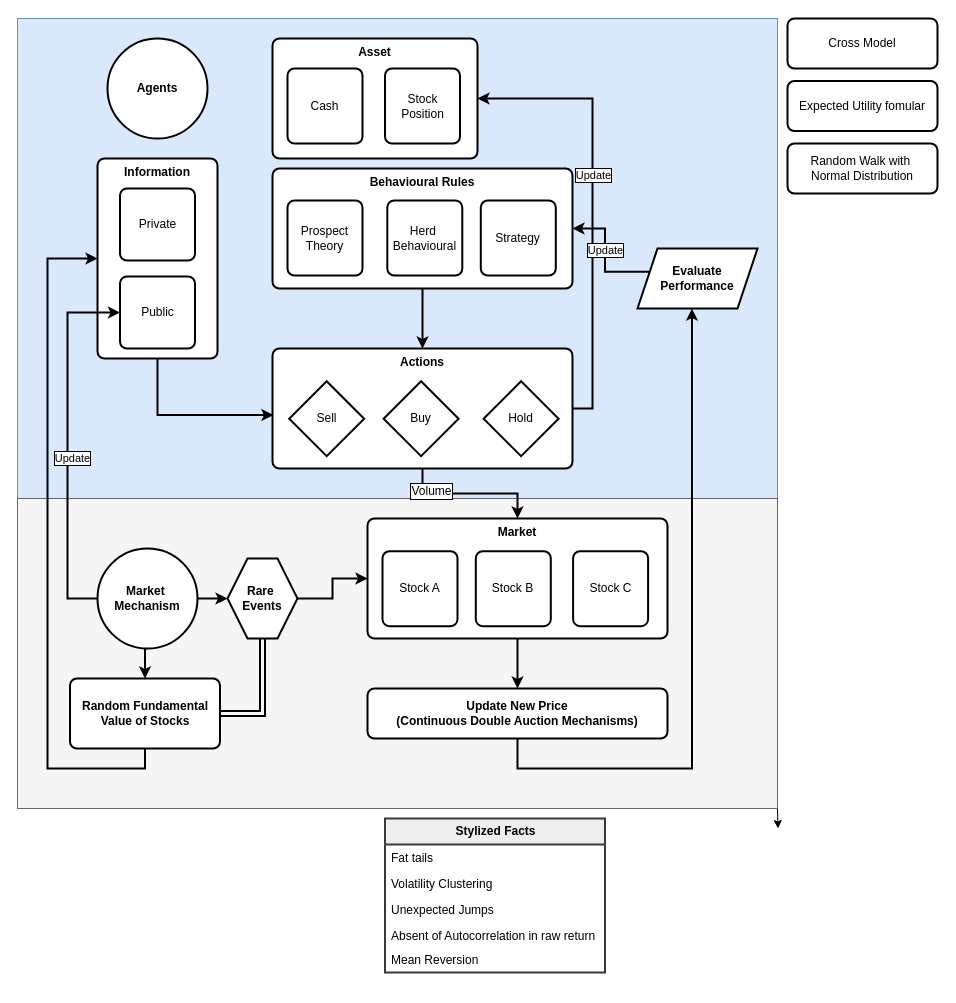
Earlier version of the draw.io diagram Untitled Diagram.drawio (JustSimpleLucas/agent-based-modelling-behavioural-fianance). Source tidied: cells renumbered, new cells numbered last; positions are measured from the earlier drawing's top-left corner, leaving out a move shared by most shapes. Both pictures are drawn from the tidied source at 100%, with x=0, y=0 at pixel (17, 18).
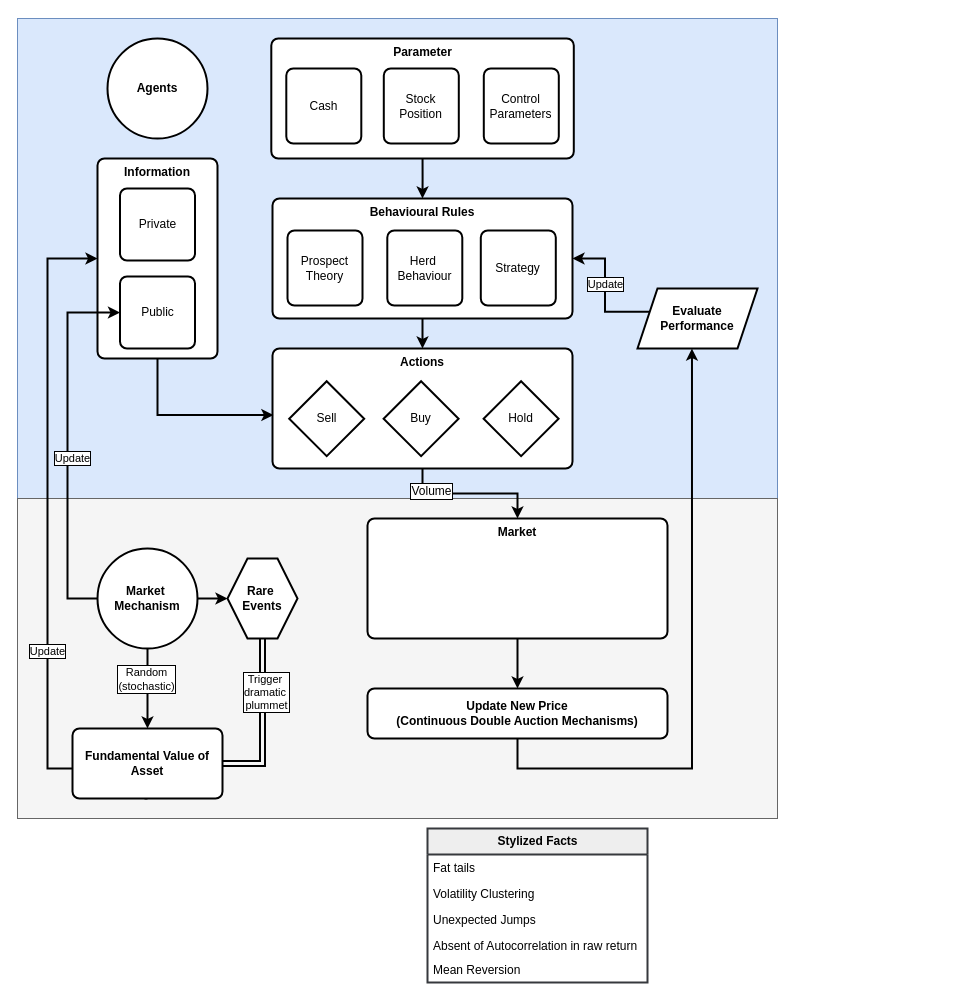
The same diagram, later.

Unchanged cells that the change refers to:
```xml
<mxCell id="9" value="&lt;b&gt;Behavioural Rules&lt;/b&gt;" style="rounded=1;whiteSpace=wrap;html=1;absoluteArcSize=1;arcSize=14;strokeWidth=2;verticalAlign=top;" parent="8" vertex="1">
  <mxGeometry width="300" height="120" as="geometry" />
</mxCell>
<mxCell id="15" value="&lt;b&gt;Actions&lt;/b&gt;" style="rounded=1;whiteSpace=wrap;html=1;absoluteArcSize=1;arcSize=14;strokeWidth=2;verticalAlign=top;" parent="14" vertex="1">
  <mxGeometry width="300" height="120" as="geometry" />
</mxCell>
<mxCell id="31" style="edgeStyle=orthogonalEdgeStyle;rounded=0;jettySize=auto;html=1;exitX=0.5;exitY=1;exitDx=0;exitDy=0;exitPerimeter=0;entryX=0.5;entryY=0;entryDx=0;entryDy=0;strokeWidth=2;" parent="1" edge="1" source="33" target="42">
  <mxGeometry relative="1" as="geometry" />
</mxCell>
<mxCell id="41" style="edgeStyle=orthogonalEdgeStyle;rounded=0;jettySize=auto;html=1;exitX=0.5;exitY=1;exitDx=0;exitDy=0;entryX=0;entryY=0.5;entryDx=0;entryDy=0;strokeWidth=2;" parent="1" edge="1" source="42" target="25">
  <mxGeometry relative="1" as="geometry">
    <Array as="points">
      <mxPoint x="128" y="750" />
      <mxPoint x="30" y="750" />
      <mxPoint x="30" y="240" />
    </Array>
  </mxGeometry>
</mxCell>
<mxCell id="43" style="group;" parent="1" vertex="1">
  <mxGeometry x="350" y="500" width="300" height="120" as="geometry" />
</mxCell>
<mxCell id="44" value="&lt;b&gt;Market&lt;/b&gt;" style="rounded=1;whiteSpace=wrap;html=1;absoluteArcSize=1;arcSize=14;strokeWidth=2;verticalAlign=top;" parent="43" vertex="1">
  <mxGeometry width="300" height="120" as="geometry" />
</mxCell>
<mxCell id="50" style="edgeStyle=orthogonalEdgeStyle;rounded=0;jettySize=auto;html=1;exitX=0.5;exitY=1;exitDx=0;exitDy=0;entryX=1;entryY=0.5;entryDx=0;entryDy=0;shape=link;strokeWidth=2;" parent="1" edge="1" source="51" target="42">
  <mxGeometry relative="1" as="geometry" />
</mxCell>
<mxCell id="51" value="&lt;b&gt;Rare&amp;nbsp;&lt;/b&gt;&lt;div&gt;&lt;b&gt;Events&lt;/b&gt;&lt;/div&gt;" style="shape=hexagon;perimeter=hexagonPerimeter2;whiteSpace=wrap;html=1;fixedSize=1;strokeWidth=2;" parent="1" vertex="1">
  <mxGeometry x="210" y="540" width="70" height="80" as="geometry" />
</mxCell>
```

Diff of the diagram source:
```diff
@@
-    <mxCell id="3" style="edgeStyle=orthogonalEdgeStyle;rounded=0;jettySize=auto;html=1;exitX=1;exitY=0.5;exitDx=0;exitDy=0;entryX=1;entryY=0.5;entryDx=0;entryDy=0;strokeWidth=2;" parent="1" edge="1" source="15" target="38">
-      <mxGeometry relative="1" as="geometry" />
-    </mxCell>
-    <mxCell id="4" value="Update" style="edgeLabel;html=1;align=center;verticalAlign=middle;textShadow=0;labelBorderColor=default;" parent="3" vertex="1">
-      <mxGeometry x="0.14" relative="1" as="geometry" />
-    </mxCell>
-    <mxCell id="5" style="edgeStyle=orthogonalEdgeStyle;rounded=0;jettySize=auto;html=1;exitX=1;exitY=1;exitDx=0;exitDy=0;" parent="1" edge="1" source="6">
-      <mxGeometry relative="1" as="geometry">
-        <mxPoint x="760.5" y="810" as="targetPoint" />
-      </mxGeometry>
-    </mxCell>
     <mxCell id="6" style="rounded=0;whiteSpace=wrap;html=1;fillColor=#f5f5f5;strokeColor=#666666;fontColor=#333333;" parent="1" vertex="1">
-      <mxGeometry y="480" width="760" height="310" as="geometry" />
+      <mxGeometry y="480" width="760" height="320" as="geometry" />
     </mxCell>
@@
     <mxCell id="8" style="group;" parent="1" vertex="1">
-      <mxGeometry x="255" y="150" width="300" height="120" as="geometry" />
+      <mxGeometry x="255" y="180" width="300" height="120" as="geometry" />
     </mxCell>
@@
-    <mxCell id="11" value="Herd&amp;nbsp;&lt;div&gt;Behavioural&lt;/div&gt;" style="rounded=1;whiteSpace=wrap;html=1;absoluteArcSize=1;arcSize=14;strokeWidth=2;" parent="8" vertex="1">
+    <mxCell id="11" value="Herd&amp;nbsp;&lt;div&gt;Behaviour&lt;/div&gt;" style="rounded=1;whiteSpace=wrap;html=1;absoluteArcSize=1;arcSize=14;strokeWidth=2;" parent="8" vertex="1">
       <mxGeometry x="114.8" y="32" width="75" height="75" as="geometry" />
     </mxCell>
@@
+    <mxCell id="61" value="Random&lt;div&gt;(stochastic)&lt;/div&gt;" style="edgeLabel;html=1;align=center;verticalAlign=middle;labelBorderColor=default;" parent="31" vertex="1">
+      <mxGeometry x="-0.24" y="-2" relative="1" as="geometry" />
+    </mxCell>
@@
     <mxCell id="35" value="&lt;b&gt;Evaluate Performance&lt;/b&gt;" style="shape=parallelogram;perimeter=parallelogramPerimeter;whiteSpace=wrap;html=1;fixedSize=1;strokeWidth=2;" parent="1" vertex="1">
-      <mxGeometry x="620" y="230" width="120" height="60" as="geometry" />
+      <mxGeometry x="620" y="270" width="120" height="60" as="geometry" />
     </mxCell>
@@
-    <mxCell id="38" value="&lt;b&gt;Asset&lt;/b&gt;" style="rounded=1;whiteSpace=wrap;html=1;absoluteArcSize=1;arcSize=14;strokeWidth=2;verticalAlign=top;" parent="1" vertex="1">
-      <mxGeometry x="255" y="20" width="205" height="120" as="geometry" />
-    </mxCell>
-    <mxCell id="39" value="Cash" style="rounded=1;whiteSpace=wrap;html=1;absoluteArcSize=1;arcSize=14;strokeWidth=2;" parent="1" vertex="1">
-      <mxGeometry x="270" y="50" width="75" height="75" as="geometry" />
-    </mxCell>
-    <mxCell id="40" value="Stock Position" style="rounded=1;whiteSpace=wrap;html=1;absoluteArcSize=1;arcSize=14;strokeWidth=2;" parent="1" vertex="1">
-      <mxGeometry x="367.5" y="50" width="75" height="75" as="geometry" />
-    </mxCell>
+    <mxCell id="62" style="edgeStyle=orthogonalEdgeStyle;rounded=0;jettySize=auto;html=1;exitX=0.5;exitY=1;exitDx=0;exitDy=0;entryX=0.5;entryY=0;entryDx=0;entryDy=0;strokeWidth=2;" parent="1" edge="1" source="38" target="9">
+      <mxGeometry relative="1" as="geometry" />
+    </mxCell>
@@
+    <mxCell id="4" value="Update" style="edgeLabel;html=1;align=center;verticalAlign=middle;labelBorderColor=default;" parent="41" vertex="1">
+      <mxGeometry x="-0.28" y="1" relative="1" as="geometry" />
+    </mxCell>
-    <mxCell id="42" value="&lt;b&gt;Random Fundamental Value of Stocks&lt;/b&gt;" style="rounded=1;whiteSpace=wrap;html=1;absoluteArcSize=1;arcSize=14;strokeWidth=2;" parent="1" vertex="1">
-      <mxGeometry x="52.5" y="660" width="150" height="70" as="geometry" />
+    <mxCell id="42" value="&lt;b&gt;Fundamental Value of Asset&lt;/b&gt;" style="rounded=1;whiteSpace=wrap;html=1;absoluteArcSize=1;arcSize=14;strokeWidth=2;" parent="1" vertex="1">
+      <mxGeometry x="55" y="710" width="150" height="70" as="geometry" />
     </mxCell>
@@
-    <mxCell id="45" value="Stock A" style="rounded=1;whiteSpace=wrap;html=1;absoluteArcSize=1;arcSize=14;strokeWidth=2;" parent="43" vertex="1">
-      <mxGeometry x="15" y="32.7" width="75" height="75" as="geometry" />
-    </mxCell>
-    <mxCell id="46" value="&lt;div&gt;Stock B&lt;/div&gt;" style="rounded=1;whiteSpace=wrap;html=1;absoluteArcSize=1;arcSize=14;strokeWidth=2;" parent="43" vertex="1">
-      <mxGeometry x="108.3" y="32.7" width="75" height="75" as="geometry" />
-    </mxCell>
-    <mxCell id="47" value="Stock C" style="rounded=1;whiteSpace=wrap;html=1;absoluteArcSize=1;arcSize=14;strokeWidth=2;" parent="43" vertex="1">
-      <mxGeometry x="205.6" y="32.7" width="75" height="75" as="geometry" />
-    </mxCell>
@@
-    <mxCell id="49" style="edgeStyle=orthogonalEdgeStyle;rounded=0;jettySize=auto;html=1;exitX=1;exitY=0.5;exitDx=0;exitDy=0;entryX=0;entryY=0.5;entryDx=0;entryDy=0;textShadow=0;strokeWidth=2;" parent="1" edge="1" source="51" target="44">
-      <mxGeometry relative="1" as="geometry" />
-    </mxCell>
@@
+    <mxCell id="63" value="Trigger&amp;nbsp;&lt;div&gt;dramatic&amp;nbsp;&lt;/div&gt;&lt;div&gt;plummet&lt;/div&gt;" style="edgeLabel;html=1;align=center;verticalAlign=middle;labelBorderColor=default;" parent="50" vertex="1">
+      <mxGeometry x="-0.36" y="3" relative="1" as="geometry" />
+    </mxCell>
@@
-    <mxCell id="52" value="Cross Model" style="rounded=1;whiteSpace=wrap;html=1;absoluteArcSize=1;arcSize=14;strokeWidth=2;" parent="1" vertex="1">
-      <mxGeometry x="770" width="150" height="50" as="geometry" />
-    </mxCell>
-    <mxCell id="53" value="Expected Utility fomular" style="rounded=1;whiteSpace=wrap;html=1;absoluteArcSize=1;arcSize=14;strokeWidth=2;" parent="1" vertex="1">
-      <mxGeometry x="770" y="62.5" width="150" height="50" as="geometry" />
-    </mxCell>
-    <mxCell id="54" value="Random Walk with&amp;nbsp;&lt;div&gt;Normal Distribution&lt;/div&gt;" style="rounded=1;whiteSpace=wrap;html=1;absoluteArcSize=1;arcSize=14;strokeWidth=2;" parent="1" vertex="1">
-      <mxGeometry x="770" y="125" width="150" height="50" as="geometry" />
-    </mxCell>
     <mxCell id="55" value="&lt;b&gt;Stylized Facts&lt;/b&gt;" style="swimlane;fontStyle=0;horizontal=1;startSize=26;fillColor=#eeeeee;html=1;labelPadding=0;strokeWidth=2;strokeColor=#36393d;" parent="1" vertex="1">
-      <mxGeometry x="367.5" y="800" width="220" height="154" as="geometry" />
+      <mxGeometry x="410" y="810" width="220" height="154" as="geometry" />
     </mxCell>
@@
+    <mxCell id="64" style="group;" parent="1" vertex="1">
+      <mxGeometry x="253.8" y="20" width="302.5" height="120" as="geometry" />
+    </mxCell>
+    <mxCell id="38" value="&lt;blockquote style=&quot;margin: 0px; border: none; padding: 0px;&quot;&gt;&lt;b&gt;Parameter&lt;/b&gt;&lt;/blockquote&gt;" style="rounded=1;whiteSpace=wrap;html=1;absoluteArcSize=1;arcSize=14;strokeWidth=2;verticalAlign=top;align=center;" parent="64" vertex="1">
+      <mxGeometry width="302.5" height="120" as="geometry" />
+    </mxCell>
+    <mxCell id="39" value="Cash" style="rounded=1;whiteSpace=wrap;html=1;absoluteArcSize=1;arcSize=14;strokeWidth=2;" parent="64" vertex="1">
+      <mxGeometry x="15" y="30" width="75" height="75" as="geometry" />
+    </mxCell>
+    <mxCell id="40" value="Stock Position" style="rounded=1;whiteSpace=wrap;html=1;absoluteArcSize=1;arcSize=14;strokeWidth=2;" parent="64" vertex="1">
+      <mxGeometry x="112.5" y="30" width="75" height="75" as="geometry" />
+    </mxCell>
+    <mxCell id="65" value="Control Parameters" style="rounded=1;whiteSpace=wrap;html=1;absoluteArcSize=1;arcSize=14;strokeWidth=2;" parent="64" vertex="1">
+      <mxGeometry x="212.5" y="30" width="75" height="75" as="geometry" />
+    </mxCell>
```
